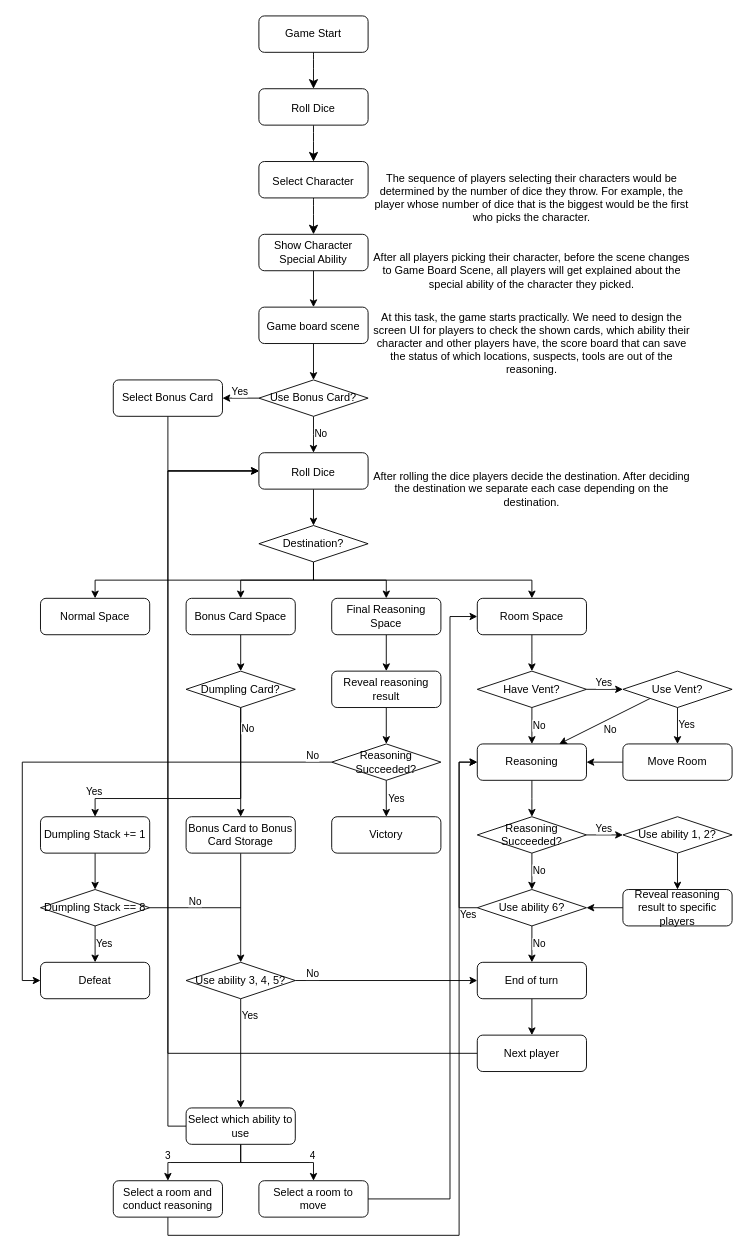
Earlier version of the draw.io diagram SpriteKit.drawio (kimsunho2000/projectClue). Source tidied: cells renumbered, new cells numbered last; positions are measured from the earlier drawing's top-left corner, leaving out a move shared by most shapes. Both pictures are drawn from the tidied source at 91%, with x=0, y=0 at pixel (40, 15).
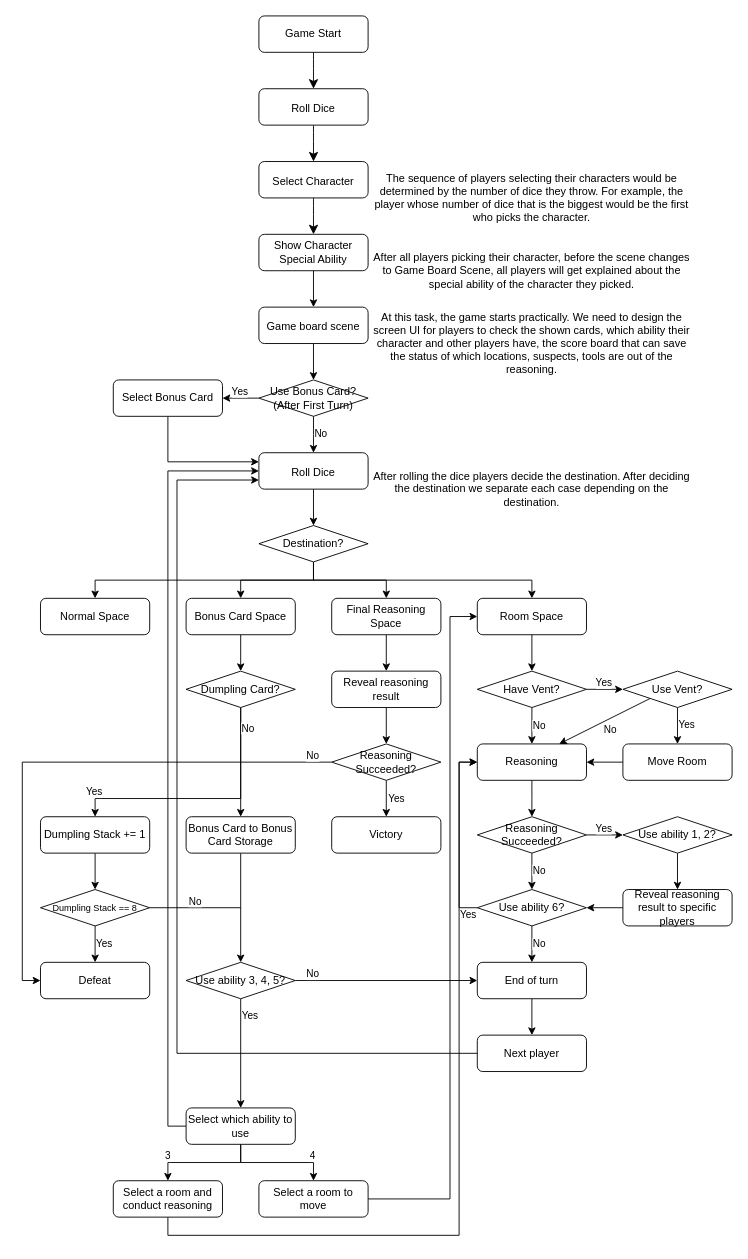
Above is the later version.

The change refers to these unchanged cells:
```xml
<mxCell id="15" value="&lt;font style=&quot;font-size: 12px;&quot;&gt;Roll Dice&lt;/font&gt;" style="rounded=1;whiteSpace=wrap;html=1;fontSize=16;" parent="1" vertex="1">
  <mxGeometry x="240" y="480" width="120" height="40" as="geometry" />
</mxCell>
<mxCell id="78" value="Select Bonus Card" style="rounded=1;whiteSpace=wrap;html=1;" parent="1" vertex="1">
  <mxGeometry x="80" y="400" width="120" height="40" as="geometry" />
</mxCell>
<mxCell id="106" value="Next player" style="rounded=1;whiteSpace=wrap;html=1;" parent="1" vertex="1">
  <mxGeometry x="480" y="1120" width="120" height="40" as="geometry" />
</mxCell>
```

Diff of the diagram source:
```diff
@@
-    <mxCell id="42" value="Dumpling Stack == 8" style="rhombus;whiteSpace=wrap;html=1;" parent="1" vertex="1">
+    <mxCell id="42" value="&lt;font style=&quot;font-size: 10px;&quot;&gt;Dumpling Stack == 8&lt;/font&gt;" style="rhombus;whiteSpace=wrap;html=1;" parent="1" vertex="1">
       <mxGeometry y="960" width="120" height="40" as="geometry" />
     </mxCell>
@@
-    <mxCell id="76" value="Use Bonus Card?" style="rhombus;whiteSpace=wrap;html=1;" parent="1" vertex="1">
+    <mxCell id="76" value="Use Bonus Card?&lt;br&gt;(After First Turn)" style="rhombus;whiteSpace=wrap;html=1;" parent="1" vertex="1">
       <mxGeometry x="240" y="400" width="120" height="40" as="geometry" />
     </mxCell>
-    <mxCell id="77" style="edgeStyle=orthogonalEdgeStyle;rounded=0;jettySize=auto;html=1;exitX=0.5;exitY=1;exitDx=0;exitDy=0;entryX=0;entryY=0.5;entryDx=0;entryDy=0;" parent="1" edge="1" source="78" target="15">
-      <mxGeometry relative="1" as="geometry" />
+    <mxCell id="77" style="edgeStyle=orthogonalEdgeStyle;rounded=0;jettySize=auto;html=1;exitX=0.5;exitY=1;exitDx=0;exitDy=0;entryX=0;entryY=0.25;entryDx=0;entryDy=0;" parent="1" edge="1" source="78" target="15">
+      <mxGeometry relative="1" as="geometry">
+        <Array as="points">
+          <mxPoint x="140" y="490" />
+        </Array>
+      </mxGeometry>
     </mxCell>
@@
-    <mxCell id="105" style="edgeStyle=orthogonalEdgeStyle;rounded=0;jettySize=auto;html=1;exitX=0;exitY=0.5;exitDx=0;exitDy=0;entryX=0;entryY=0.5;entryDx=0;entryDy=0;" parent="1" edge="1" source="106" target="15">
+    <mxCell id="105" style="edgeStyle=orthogonalEdgeStyle;rounded=0;jettySize=auto;html=1;exitX=0;exitY=0.5;exitDx=0;exitDy=0;entryX=0;entryY=0.75;entryDx=0;entryDy=0;" parent="1" edge="1" target="15">
       <mxGeometry relative="1" as="geometry">
+        <mxPoint x="496" y="1140" as="sourcePoint" />
         <Array as="points">
-          <mxPoint x="140" y="1140" />
-          <mxPoint x="140" y="500" />
+          <mxPoint x="150" y="1140" />
+          <mxPoint x="150" y="510" />
         </Array>
       </mxGeometry>
     </mxCell>
```
